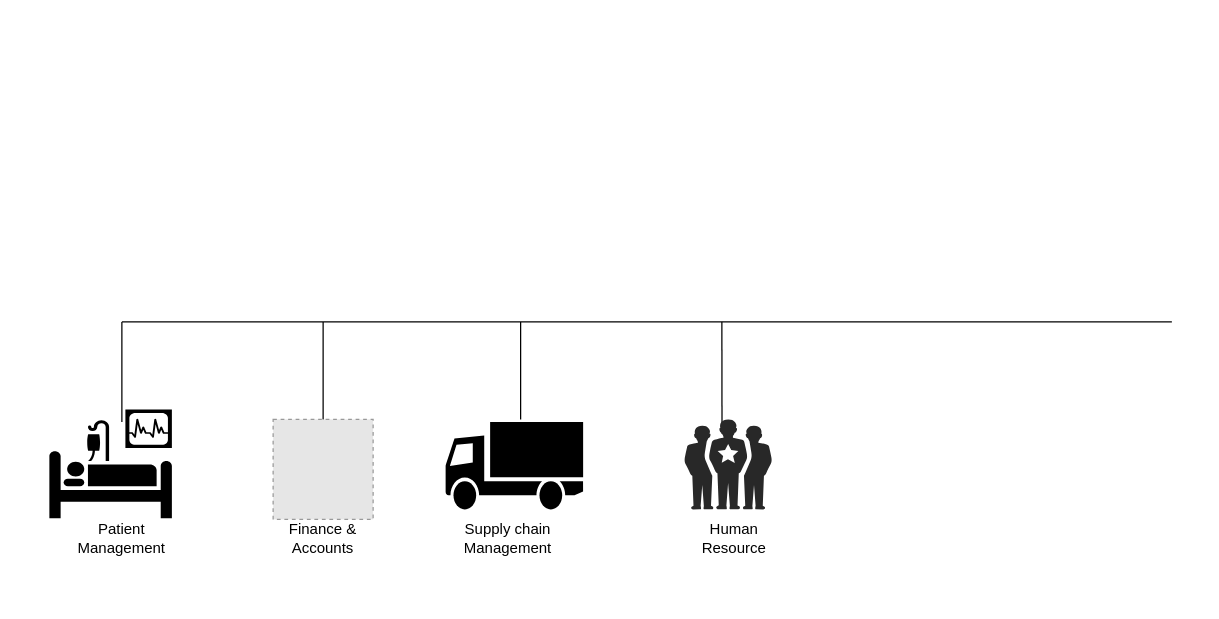
Above: Test_Diagram.drawio in kmagua/flowcharts (draw.io), before the change. Source tidied: cells renumbered, new cells numbered last; positions are measured from the earlier drawing's top-left corner, leaving out a move shared by most shapes. Both pictures are drawn from the tidied source at 125%, with x=0, y=0 at pixel (49, 321). Pictures stored in the file or linked from it are replaced by grey dashed boxes.
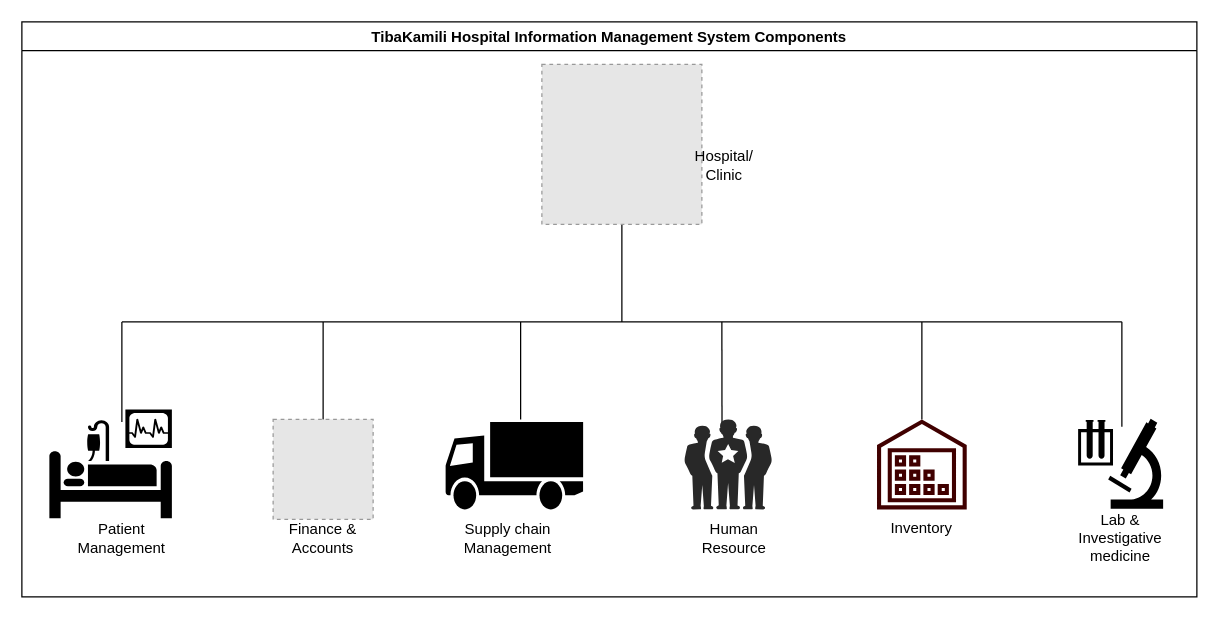
The same diagram, later.

The edit, as a diff of the source:
```diff
@@
     <mxCell id="2" style="endArrow=none;html=1;rounded=0;" parent="1" edge="1">
       <mxGeometry relative="1" as="geometry">
         <mxPoint x="58" as="sourcePoint" />
-        <mxPoint x="898" as="targetPoint" />
+        <mxPoint x="858" as="targetPoint" />
       </mxGeometry>
     </mxCell>
@@
+    <mxCell id="15" style="endArrow=none;html=1;rounded=0;" parent="1" edge="1">
+      <mxGeometry relative="1" as="geometry">
+        <mxPoint x="698" as="sourcePoint" />
+        <mxPoint x="698" y="78" as="targetPoint" />
+      </mxGeometry>
+    </mxCell>
+    <mxCell id="16" style="sketch=0;fontColor=#232F3E;gradientColor=none;fillColor=#400000;strokeColor=none;dashed=0;verticalLabelPosition=bottom;verticalAlign=top;align=center;html=1;fontSize=12;fontStyle=0;shape=mxgraph.aws4.inventory;" parent="1" vertex="1">
+      <mxGeometry x="662" y="78" width="72" height="72" as="geometry" />
+    </mxCell>
+    <mxCell id="17" value="Inventory" style="text;html=1;align=center;verticalAlign=middle;whiteSpace=wrap;rounded=0;" parent="1" vertex="1">
+      <mxGeometry x="658" y="150" width="80" height="30" as="geometry" />
+    </mxCell>
+    <mxCell id="18" style="shape=mxgraph.signs.science.laboratory;html=1;fillColor=#000000;strokeColor=none;verticalLabelPosition=bottom;verticalAlign=top;align=center;" parent="1" vertex="1">
+      <mxGeometry x="823" y="77.5" width="68" height="72" as="geometry" />
+    </mxCell>
+    <mxCell id="19" style="endArrow=none;html=1;rounded=0;exitX=0.515;exitY=0.09;exitDx=0;exitDy=0;exitPerimeter=0;" parent="1" edge="1" source="18">
+      <mxGeometry relative="1" as="geometry">
+        <mxPoint x="858" as="targetPoint" />
+      </mxGeometry>
+    </mxCell>
+    <mxCell id="20" value="Lab &amp;amp; Investigative medicine" style="text;html=1;align=center;verticalAlign=middle;whiteSpace=wrap;rounded=0;" parent="1" vertex="1">
+      <mxGeometry x="817" y="158" width="80" height="30" as="geometry" />
+    </mxCell>
+    <mxCell id="21" style="endArrow=none;html=1;rounded=0;" parent="1" edge="1" target="22">
+      <mxGeometry relative="1" as="geometry">
+        <mxPoint x="458" as="sourcePoint" />
+      </mxGeometry>
+    </mxCell>
+    <mxCell id="22" style="fillColor=#E6E6E6;strokeColor=#999999;dashed=1;html=1;verticalAlign=top;verticalLabelPosition=bottom;labelBackgroundColor=#ffffff;" parent="1" vertex="1">
+      <mxGeometry x="394" y="-206" width="128" height="128" as="geometry" />
+    </mxCell>
+    <mxCell id="23" value="Hospital/ Clinic" style="text;html=1;align=center;verticalAlign=middle;whiteSpace=wrap;rounded=0;" parent="1" vertex="1">
+      <mxGeometry x="510" y="-140" width="60" height="30" as="geometry" />
+    </mxCell>
+    <mxCell id="24" value="TibaKamili Hospital Information Management System Components" style="swimlane;" parent="1" vertex="1">
+      <mxGeometry x="-22" y="-240" width="940" height="460" as="geometry" />
+    </mxCell>
```
